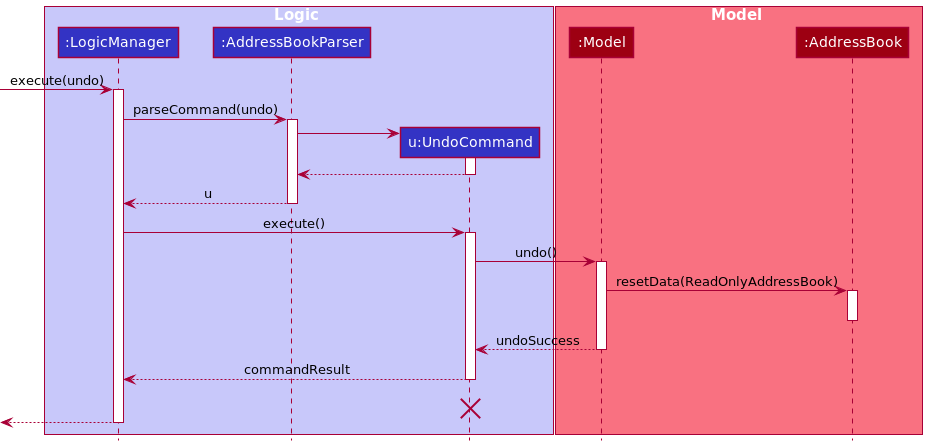
Above: docs/images/UndoSequenceDiagram.png in random689/tp (PlantUML), before the change.
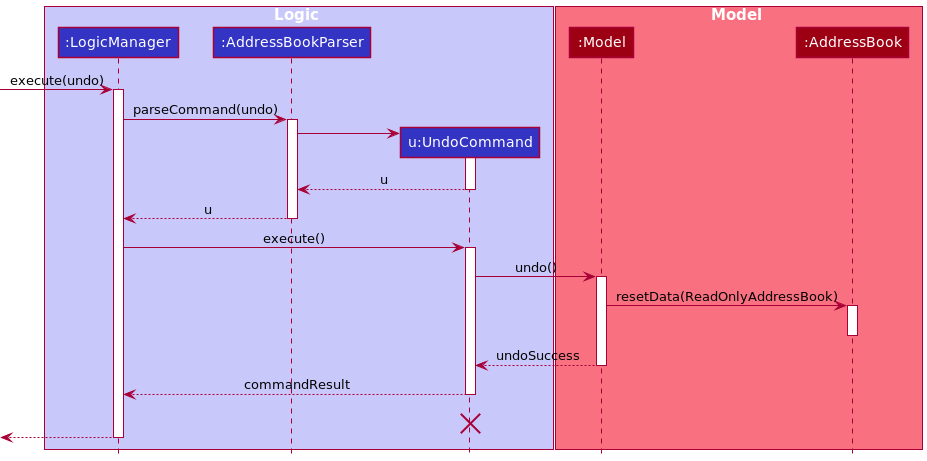
The same diagram one commit later.

Commit message:
Add extra u to undo command

The edit, as a diff of the source:
```diff
@@ -21,7 +21,7 @@
 AddressBookParser -> UndoCommand
 activate UndoCommand
 
-UndoCommand --> AddressBookParser
+UndoCommand --> AddressBookParser : u
 deactivate UndoCommand
 
 AddressBookParser --> LogicManager : u
```
